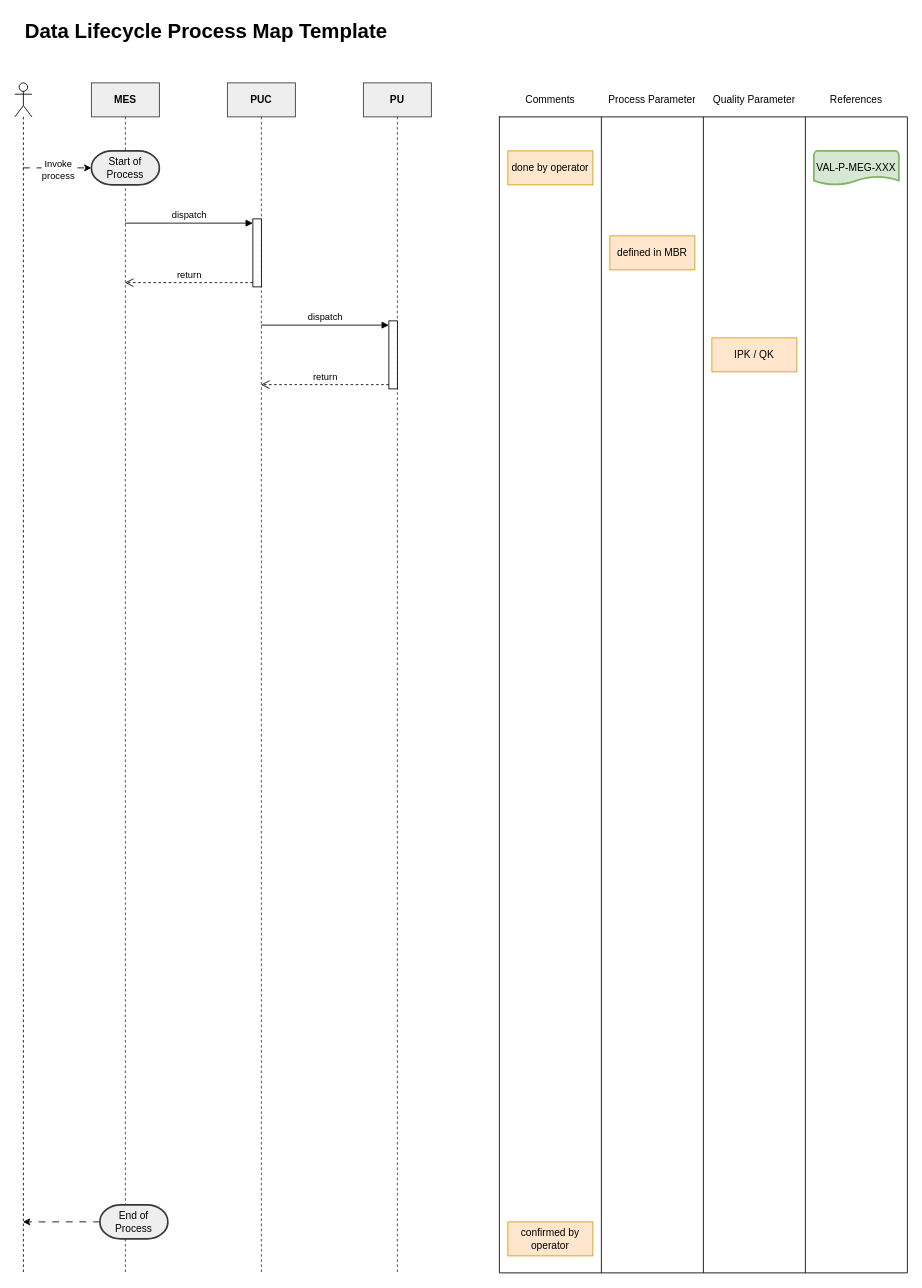
griemide/BPMN keeps this draw.io diagram as page "Data System" (2 of 2) of models/Data Lifecycle Process Map Template.drawio. Above is the earlier version. Source tidied: cells renumbered, new cells numbered last; positions are measured from the earlier drawing's top-left corner, leaving out a move shared by most shapes. Both pictures are drawn from the tidied source at 85%, with x=0, y=0 at pixel (14, 14).
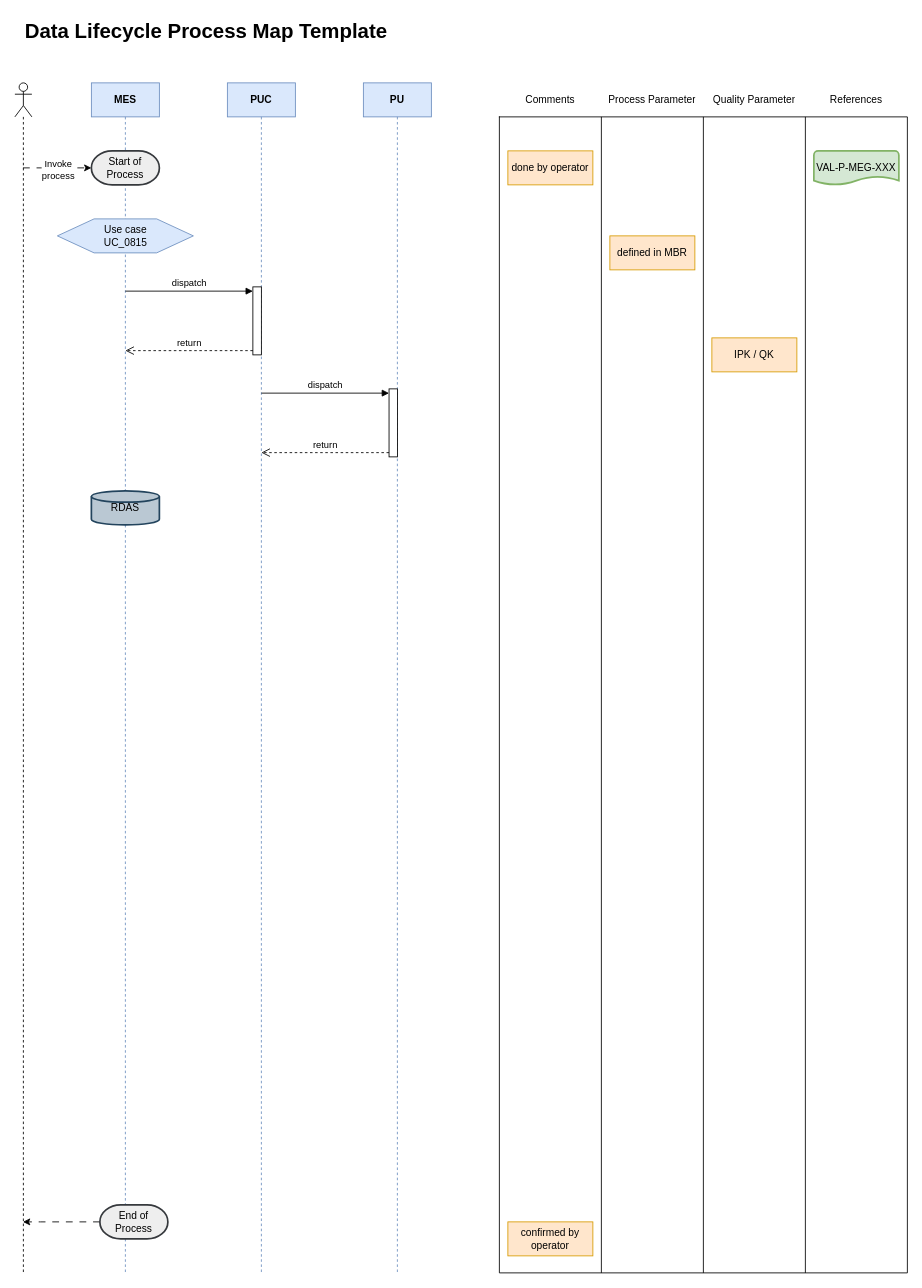
The same page after the edit.

Change to the diagram source:
```diff
@@
-    <mxCell id="2" value="MES" style="shape=umlLifeline;perimeter=lifelinePerimeter;whiteSpace=wrap;html=1;outlineConnect=0;portConstraint=eastwest;newEdgeStyle={&quot;curved&quot;:0,&quot;rounded&quot;:0};fillColor=#eeeeee;strokeColor=#36393d;fontStyle=1;" parent="1" vertex="1">
+    <mxCell id="2" value="MES" style="shape=umlLifeline;perimeter=lifelinePerimeter;whiteSpace=wrap;html=1;outlineConnect=0;portConstraint=eastwest;newEdgeStyle={&quot;curved&quot;:0,&quot;rounded&quot;:0};fillColor=#dae8fc;strokeColor=#6c8ebf;fontStyle=1;" parent="1" vertex="1">
       <mxGeometry x="90" y="80" width="80" height="1400" as="geometry" />
     </mxCell>
-    <mxCell id="3" value="PUC" style="shape=umlLifeline;perimeter=lifelinePerimeter;whiteSpace=wrap;html=1;outlineConnect=0;portConstraint=eastwest;newEdgeStyle={&quot;curved&quot;:0,&quot;rounded&quot;:0};fillColor=#eeeeee;strokeColor=#36393d;fontStyle=1;" parent="1" vertex="1">
+    <mxCell id="3" value="PUC" style="shape=umlLifeline;perimeter=lifelinePerimeter;whiteSpace=wrap;html=1;outlineConnect=0;portConstraint=eastwest;newEdgeStyle={&quot;curved&quot;:0,&quot;rounded&quot;:0};fillColor=#dae8fc;strokeColor=#6c8ebf;fontStyle=1;" parent="1" vertex="1">
       <mxGeometry x="250" y="80" width="80" height="1400" as="geometry" />
     </mxCell>
     <mxCell id="4" style="html=1;points=[[0,0,0,0,5],[0,1,0,0,-5],[1,0,0,0,5],[1,1,0,0,-5]];perimeter=orthogonalPerimeter;outlineConnect=0;targetShapes=umlLifeline;portConstraint=eastwest;newEdgeStyle={&quot;curved&quot;:0,&quot;rounded&quot;:0};" parent="3" vertex="1">
-      <mxGeometry x="30" y="160" width="10" height="80" as="geometry" />
+      <mxGeometry x="30" y="240" width="10" height="80" as="geometry" />
     </mxCell>
+    <mxCell id="28" value="dispatch" style="html=1;verticalAlign=bottom;endArrow=block;curved=0;rounded=0;entryX=0;entryY=0;entryDx=0;entryDy=5;" parent="3" edge="1" target="4">
+      <mxGeometry relative="1" as="geometry">
+        <mxPoint x="-120" y="245" as="sourcePoint" />
+      </mxGeometry>
+    </mxCell>
+    <mxCell id="29" value="return" style="html=1;verticalAlign=bottom;endArrow=open;dashed=1;endSize=8;curved=0;rounded=0;exitX=0;exitY=1;exitDx=0;exitDy=-5;" parent="3" edge="1" source="4">
+      <mxGeometry relative="1" as="geometry">
+        <mxPoint x="-120" y="315" as="targetPoint" />
+      </mxGeometry>
+    </mxCell>
-    <mxCell id="5" value="PU" style="shape=umlLifeline;perimeter=lifelinePerimeter;whiteSpace=wrap;html=1;newEdgeStyle={&quot;curved&quot;:0,&quot;rounded&quot;:0};fillColor=#eeeeee;strokeColor=#36393d;fontStyle=1;" parent="1" vertex="1">
+    <mxCell id="5" value="PU" style="shape=umlLifeline;perimeter=lifelinePerimeter;whiteSpace=wrap;html=1;newEdgeStyle={&quot;curved&quot;:0,&quot;rounded&quot;:0};fillColor=#dae8fc;strokeColor=#6c8ebf;fontStyle=1;" parent="1" vertex="1">
       <mxGeometry x="410" y="80" width="80" height="1400" as="geometry" />
     </mxCell>
     <mxCell id="6" style="html=1;points=[[0,0,0,0,5],[0,1,0,0,-5],[1,0,0,0,5],[1,1,0,0,-5]];perimeter=orthogonalPerimeter;outlineConnect=0;targetShapes=umlLifeline;portConstraint=eastwest;newEdgeStyle={&quot;curved&quot;:0,&quot;rounded&quot;:0};" parent="5" vertex="1">
-      <mxGeometry x="30" y="280" width="10" height="80" as="geometry" />
+      <mxGeometry x="30.2" y="360" width="10" height="80" as="geometry" />
     </mxCell>
+    <mxCell id="30" value="dispatch" style="html=1;verticalAlign=bottom;endArrow=block;curved=0;rounded=0;entryX=0;entryY=0;entryDx=0;entryDy=5;" parent="5" edge="1" target="6">
+      <mxGeometry relative="1" as="geometry">
+        <mxPoint x="-120" y="365" as="sourcePoint" />
+      </mxGeometry>
+    </mxCell>
+    <mxCell id="31" value="return" style="html=1;verticalAlign=bottom;endArrow=open;dashed=1;endSize=8;curved=0;rounded=0;exitX=0;exitY=1;exitDx=0;exitDy=-5;" parent="5" edge="1" source="6">
+      <mxGeometry relative="1" as="geometry">
+        <mxPoint x="-120" y="435" as="targetPoint" />
+      </mxGeometry>
+    </mxCell>
@@
-    <mxCell id="28" value="dispatch" style="html=1;verticalAlign=bottom;endArrow=block;curved=0;rounded=0;entryX=0;entryY=0;entryDx=0;entryDy=5;" parent="1" edge="1" source="2" target="4">
-      <mxGeometry relative="1" as="geometry" />
-    </mxCell>
-    <mxCell id="29" value="return" style="html=1;verticalAlign=bottom;endArrow=open;dashed=1;endSize=8;curved=0;rounded=0;exitX=0;exitY=1;exitDx=0;exitDy=-5;" parent="1" edge="1" source="4" target="2">
-      <mxGeometry relative="1" as="geometry" />
-    </mxCell>
-    <mxCell id="30" value="dispatch" style="html=1;verticalAlign=bottom;endArrow=block;curved=0;rounded=0;entryX=0;entryY=0;entryDx=0;entryDy=5;" parent="1" edge="1" source="3" target="6">
-      <mxGeometry relative="1" as="geometry" />
-    </mxCell>
-    <mxCell id="31" value="return" style="html=1;verticalAlign=bottom;endArrow=open;dashed=1;endSize=8;curved=0;rounded=0;exitX=0;exitY=1;exitDx=0;exitDy=-5;" parent="1" edge="1" source="6" target="3">
-      <mxGeometry relative="1" as="geometry" />
-    </mxCell>
@@
+    <mxCell id="33" value="RDAS" style="strokeWidth=2;html=1;shape=mxgraph.flowchart.database;whiteSpace=wrap;fillColor=#bac8d3;strokeColor=#23445d;" parent="1" vertex="1">
+      <mxGeometry x="90" y="560" width="80" height="40" as="geometry" />
+    </mxCell>
+    <mxCell id="34" value="Use case&lt;br&gt;UC_0815" style="verticalLabelPosition=middle;verticalAlign=middle;html=1;shape=hexagon;perimeter=hexagonPerimeter2;arcSize=6;size=0.27;fillColor=#dae8fc;strokeColor=#6c8ebf;labelPosition=center;align=center;" parent="1" vertex="1">
+      <mxGeometry x="50" y="240" width="160" height="40" as="geometry" />
+    </mxCell>
```
